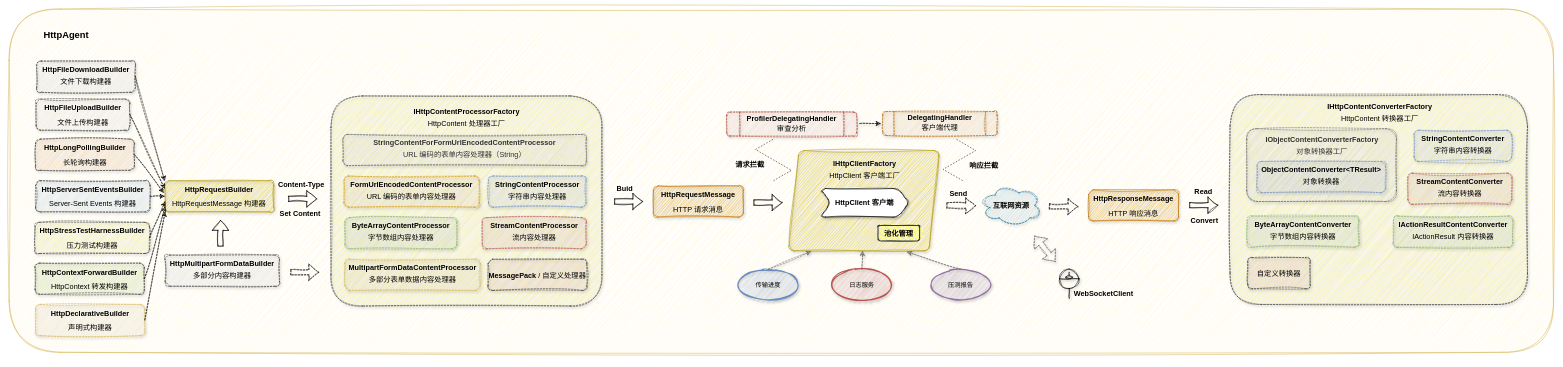
Before: drawio/HttpAgent.drawio in MonkSoul/HttpAgent, a draw.io diagram. Source tidied: cells renumbered, new cells numbered last; positions are measured from the earlier drawing's top-left corner, leaving out a move shared by most shapes. Both pictures are drawn from the tidied source at 52%, with x=0, y=0 at pixel (9, 9).
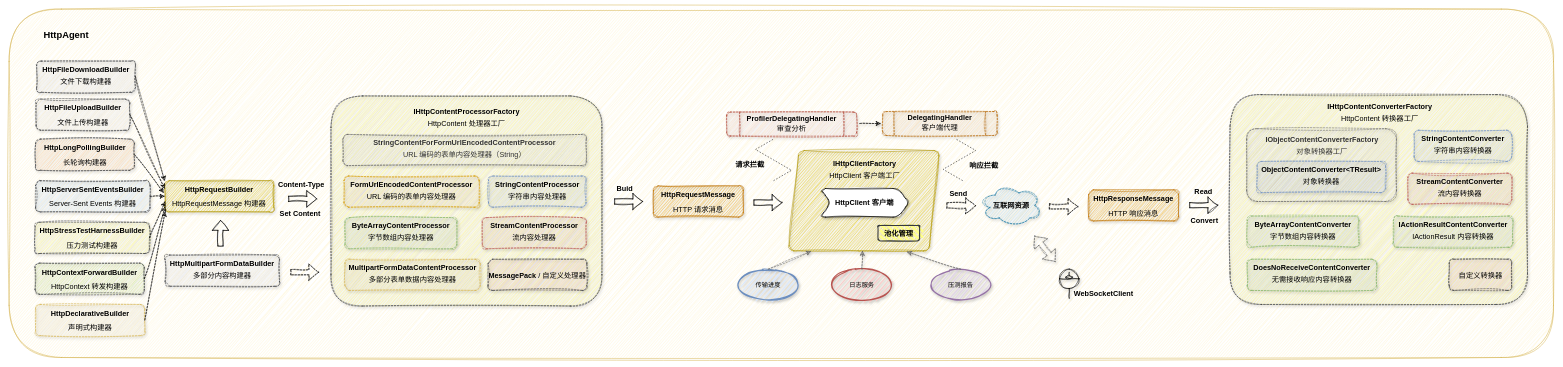
Above is the later version.

Commit message (it also covers changes not shown here):
😊 更新架构图

What changed in the source:
```diff
@@
     <mxCell id="2" style="rounded=1;whiteSpace=wrap;html=1;sketch=1;curveFitting=1;jiggle=2;fillColor=#fff2cc;strokeColor=#d6b656;" parent="1" vertex="1">
-      <mxGeometry width="2970" height="660" as="geometry" />
+      <mxGeometry width="2970" height="670" as="geometry" />
     </mxCell>
@@
     <mxCell id="35" value="&lt;div style=&quot;line-height: 200%;&quot;&gt;&lt;span style=&quot;font-weight: 400;&quot;&gt;自定义转换器&lt;/span&gt;&lt;br&gt;&lt;/div&gt;" style="rounded=1;whiteSpace=wrap;html=1;fontSize=14;fontStyle=1;labelBackgroundColor=none;glass=0;shadow=1;sketch=1;curveFitting=1;jiggle=2;fillColor=#ffcccc;strokeColor=#36393d;dashed=1;" parent="1" vertex="1">
-      <mxGeometry x="2382" y="478" width="120" height="60" as="geometry" />
+      <mxGeometry x="2769.5" y="481" width="120" height="60" as="geometry" />
     </mxCell>
@@
+    <mxCell id="76" value="DoesNoReceiveContentConverter&lt;div style=&quot;line-height: 200%;&quot;&gt;&lt;span style=&quot;font-weight: 400;&quot;&gt;无需接收响应内容转换器&lt;/span&gt;&lt;br&gt;&lt;/div&gt;" style="rounded=1;whiteSpace=wrap;html=1;fontSize=14;fontStyle=1;labelBackgroundColor=none;glass=0;shadow=1;sketch=1;curveFitting=1;jiggle=2;fillColor=#d5e8d4;strokeColor=#82b366;dashed=1;" parent="1" vertex="1">
+      <mxGeometry x="2381" y="481" width="249" height="60" as="geometry" />
+    </mxCell>
```
